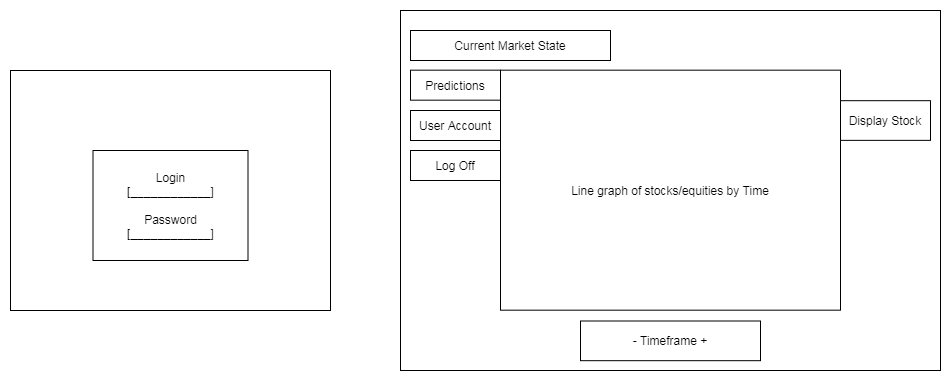
The draw.io diagram docs/UIWireframes.png in KieronGillingham/StockTrader, before a commit. Source tidied: cells renumbered, new cells last; positions are measured from the earlier drawing's top-left corner, leaving out a move shared by most shapes.
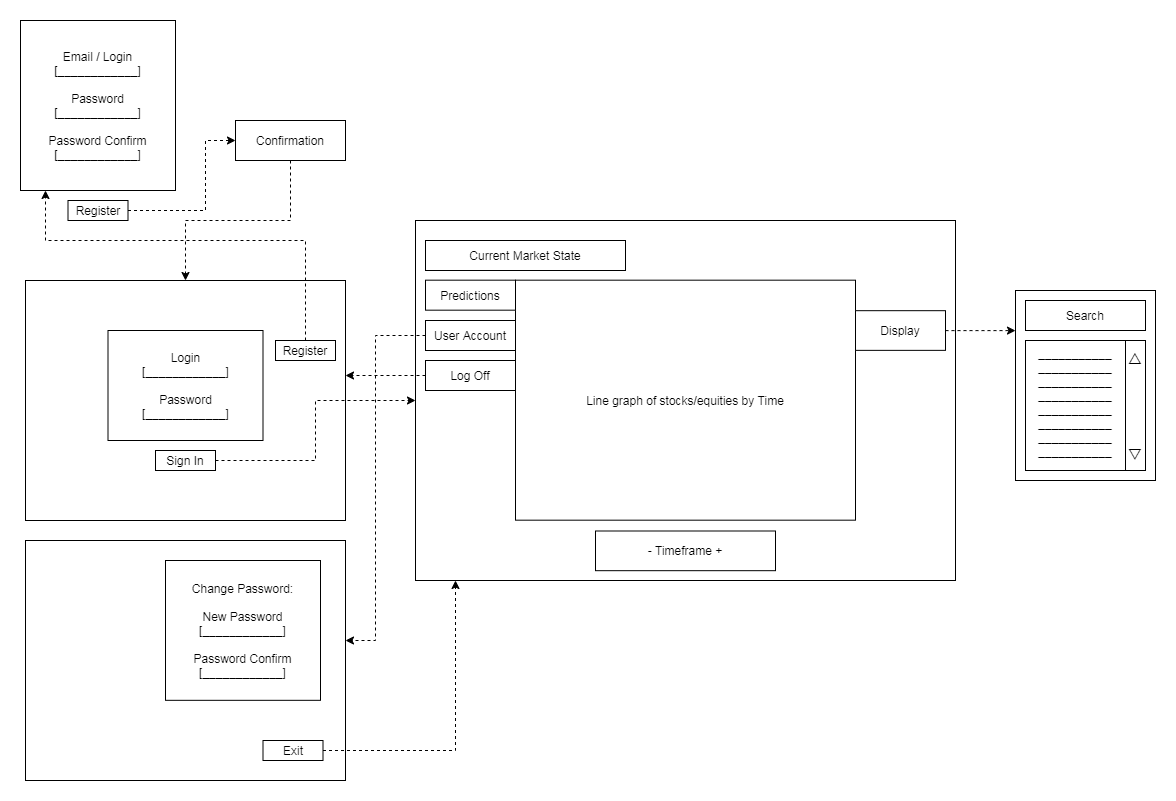
The same file after the commit.

Commit message:
login wireframes

The edit, as a diff of the source:
```diff
@@ -2,11 +2,14 @@
   <root>
     <mxCell id="0" />
     <mxCell id="1" parent="0" />
+    <mxCell id="12" style="rounded=0;whiteSpace=wrap;html=1;" parent="1" vertex="1">
+      <mxGeometry y="320" width="320" height="240" as="geometry" />
+    </mxCell>
     <mxCell id="2" style="rounded=0;whiteSpace=wrap;html=1;" parent="1" vertex="1">
       <mxGeometry y="60" width="320" height="240" as="geometry" />
     </mxCell>
     <mxCell id="3" value="Login&lt;br&gt;[____________]&lt;br&gt;&lt;br&gt;Password&lt;br&gt;[____________]" style="rounded=0;whiteSpace=wrap;html=1;" parent="1" vertex="1">
-      <mxGeometry x="82.5" y="140" width="155" height="110" as="geometry" />
+      <mxGeometry x="82.5" y="110" width="155" height="110" as="geometry" />
     </mxCell>
     <mxCell id="4" style="rounded=0;whiteSpace=wrap;html=1;" parent="1" vertex="1">
       <mxGeometry x="390" width="540" height="360" as="geometry" />
@@ -17,7 +20,15 @@
     <mxCell id="6" value="- Timeframe +" style="rounded=0;whiteSpace=wrap;html=1;" parent="1" vertex="1">
       <mxGeometry x="570" y="310.5" width="180" height="39.7" as="geometry" />
     </mxCell>
+    <mxCell id="13" style="edgeStyle=orthogonalEdgeStyle;rounded=0;jettySize=auto;html=1;dashed=1;" parent="1" edge="1" source="7" target="25">
+      <mxGeometry relative="1" as="geometry">
+        <Array as="points">
+          <mxPoint x="980" y="110" />
+          <mxPoint x="980" y="110" />
+        </Array>
+      </mxGeometry>
+    </mxCell>
-    <mxCell id="7" value="Display Stock" style="rounded=0;whiteSpace=wrap;html=1;" parent="1" vertex="1">
+    <mxCell id="7" value="Display" style="rounded=0;whiteSpace=wrap;html=1;" parent="1" vertex="1">
       <mxGeometry x="830" y="90.2" width="90" height="39.7" as="geometry" />
     </mxCell>
     <mxCell id="8" value="Current Market State" style="rounded=0;whiteSpace=wrap;html=1;" parent="1" vertex="1">
@@ -26,11 +37,89 @@
     <mxCell id="9" value="Predictions" style="rounded=0;whiteSpace=wrap;html=1;" parent="1" vertex="1">
       <mxGeometry x="400" y="59.7" width="90" height="30" as="geometry" />
     </mxCell>
+    <mxCell id="14" style="edgeStyle=orthogonalEdgeStyle;rounded=0;jettySize=auto;html=1;dashed=1;" parent="1" edge="1" source="10" target="12">
+      <mxGeometry relative="1" as="geometry">
+        <Array as="points">
+          <mxPoint x="350" y="115" />
+          <mxPoint x="350" y="420" />
+        </Array>
+      </mxGeometry>
+    </mxCell>
     <mxCell id="10" value="User Account" style="rounded=0;whiteSpace=wrap;html=1;" parent="1" vertex="1">
       <mxGeometry x="400" y="100" width="90" height="30" as="geometry" />
     </mxCell>
+    <mxCell id="15" style="edgeStyle=orthogonalEdgeStyle;rounded=0;jettySize=auto;html=1;dashed=1;" parent="1" edge="1" source="11" target="2">
+      <mxGeometry relative="1" as="geometry">
+        <Array as="points">
+          <mxPoint x="340" y="155" />
+          <mxPoint x="340" y="155" />
+        </Array>
+      </mxGeometry>
+    </mxCell>
     <mxCell id="11" value="Log Off" style="rounded=0;whiteSpace=wrap;html=1;" parent="1" vertex="1">
       <mxGeometry x="400" y="140" width="90" height="30" as="geometry" />
     </mxCell>
+    <mxCell id="16" value="Email / Login&lt;br&gt;[____________]&lt;br&gt;&lt;br&gt;Password&lt;br&gt;[____________]&lt;br&gt;&lt;br&gt;Password Confirm&lt;br&gt;[____________]" style="rounded=0;whiteSpace=wrap;html=1;" parent="1" vertex="1">
+      <mxGeometry x="-5" y="-200" width="155" height="170" as="geometry" />
+    </mxCell>
+    <mxCell id="17" style="edgeStyle=orthogonalEdgeStyle;rounded=0;jettySize=auto;html=1;dashed=1;" parent="1" edge="1" source="18" target="16">
+      <mxGeometry relative="1" as="geometry">
+        <Array as="points">
+          <mxPoint x="280" y="20" />
+          <mxPoint x="20" y="20" />
+        </Array>
+      </mxGeometry>
+    </mxCell>
+    <mxCell id="18" value="Register" style="rounded=0;whiteSpace=wrap;html=1;" parent="1" vertex="1">
+      <mxGeometry x="250" y="120" width="60" height="20" as="geometry" />
+    </mxCell>
+    <mxCell id="19" style="edgeStyle=orthogonalEdgeStyle;rounded=0;jettySize=auto;html=1;dashed=1;" parent="1" edge="1" source="20" target="4">
+      <mxGeometry relative="1" as="geometry" />
+    </mxCell>
+    <mxCell id="20" value="Sign In" style="rounded=0;whiteSpace=wrap;html=1;" parent="1" vertex="1">
+      <mxGeometry x="130" y="230" width="60" height="20" as="geometry" />
+    </mxCell>
+    <mxCell id="21" style="edgeStyle=orthogonalEdgeStyle;rounded=0;jettySize=auto;html=1;dashed=1;" parent="1" edge="1" source="22" target="24">
+      <mxGeometry relative="1" as="geometry">
+        <Array as="points">
+          <mxPoint x="180" y="-10" />
+          <mxPoint x="180" y="-80" />
+        </Array>
+      </mxGeometry>
+    </mxCell>
+    <mxCell id="22" value="Register" style="rounded=0;whiteSpace=wrap;html=1;" parent="1" vertex="1">
+      <mxGeometry x="42.5" y="-20" width="60" height="20" as="geometry" />
+    </mxCell>
+    <mxCell id="23" style="edgeStyle=orthogonalEdgeStyle;rounded=0;jettySize=auto;html=1;dashed=1;" parent="1" edge="1" source="24" target="2">
+      <mxGeometry relative="1" as="geometry" />
+    </mxCell>
+    <mxCell id="24" value="Confirmation" style="rounded=0;whiteSpace=wrap;html=1;" parent="1" vertex="1">
+      <mxGeometry x="210" y="-100" width="110" height="40" as="geometry" />
+    </mxCell>
+    <mxCell id="25" style="rounded=0;whiteSpace=wrap;html=1;" parent="1" vertex="1">
+      <mxGeometry x="990" y="70" width="140" height="190" as="geometry" />
+    </mxCell>
+    <mxCell id="26" value="Search" style="rounded=0;whiteSpace=wrap;html=1;" parent="1" vertex="1">
+      <mxGeometry x="1000" y="80" width="120" height="30" as="geometry" />
+    </mxCell>
+    <mxCell id="27" value="___________&lt;br&gt;___________&lt;br&gt;___________&lt;br&gt;___________&lt;br&gt;___________&lt;br&gt;___________&lt;br&gt;___________&lt;br&gt;___________&lt;br&gt;" style="rounded=0;whiteSpace=wrap;html=1;verticalAlign=top;" parent="1" vertex="1">
+      <mxGeometry x="1000" y="120" width="100" height="130" as="geometry" />
+    </mxCell>
+    <mxCell id="28" value="&lt;font style=&quot;font-size: 16px&quot;&gt;&lt;span style=&quot;font-family: &amp;#34;verdana&amp;#34; , sans-serif ; text-align: left ; background-color: rgb(255 , 255 , 255)&quot;&gt;△&lt;/span&gt;&lt;br&gt;&lt;br&gt;&lt;br&gt;&lt;br&gt;&lt;br&gt;&lt;span style=&quot;font-family: &amp;#34;verdana&amp;#34; , sans-serif ; text-align: left ; background-color: rgb(255 , 255 , 255)&quot;&gt;▽&lt;/span&gt;&lt;/font&gt;" style="rounded=0;whiteSpace=wrap;html=1;" parent="1" vertex="1">
+      <mxGeometry x="1100" y="120" width="20" height="130" as="geometry" />
+    </mxCell>
+    <mxCell id="29" value="Change Password:&lt;br&gt;&lt;br&gt;New Password&lt;br&gt;[____________]&lt;br&gt;&lt;br&gt;Password Confirm&lt;br&gt;[____________]" style="rounded=0;whiteSpace=wrap;html=1;" parent="1" vertex="1">
+      <mxGeometry x="140" y="340" width="155" height="139.8" as="geometry" />
+    </mxCell>
+    <mxCell id="30" style="edgeStyle=orthogonalEdgeStyle;rounded=0;jettySize=auto;html=1;dashed=1;" parent="1" edge="1" source="31" target="4">
+      <mxGeometry relative="1" as="geometry">
+        <Array as="points">
+          <mxPoint x="430" y="530" />
+        </Array>
+      </mxGeometry>
+    </mxCell>
+    <mxCell id="31" value="Exit" style="rounded=0;whiteSpace=wrap;html=1;" parent="1" vertex="1">
+      <mxGeometry x="237.5" y="520" width="60" height="20" as="geometry" />
+    </mxCell>
   </root>
 </mxGraphModel>
```
